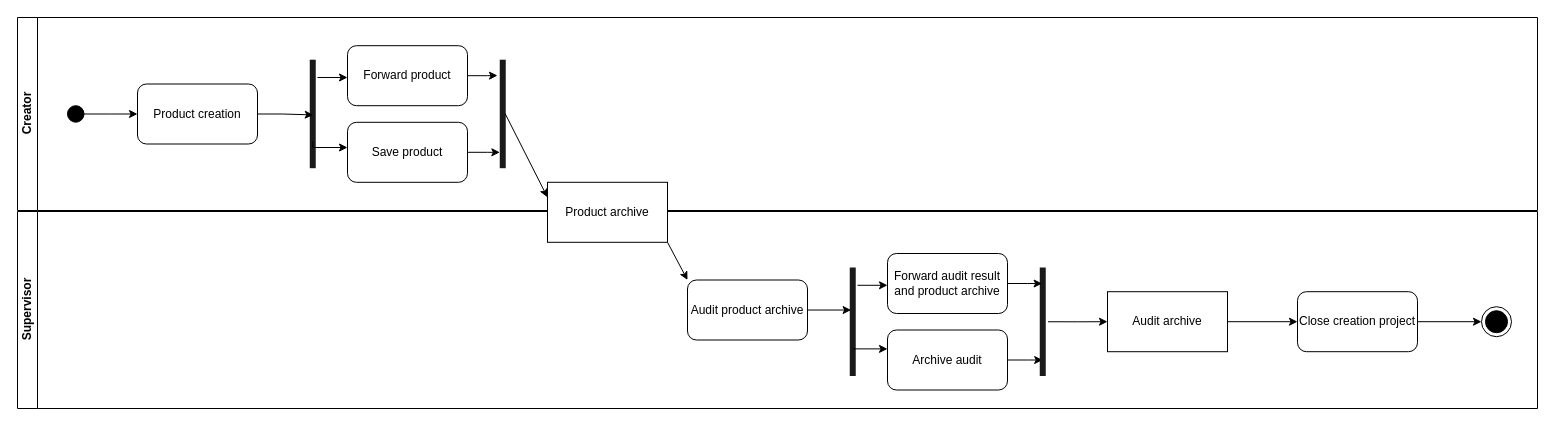
Earlier version of the draw.io diagram Documentation/Activity Diagram/Creation Audit System AD.drawio (Darrenchenn/Model-based-software-design). Source tidied: cells renumbered, new cells numbered last; positions are measured from the earlier drawing's top-left corner, leaving out a move shared by most shapes. Both pictures are drawn from the tidied source at 100%, with x=0, y=0 at pixel (17, 17).
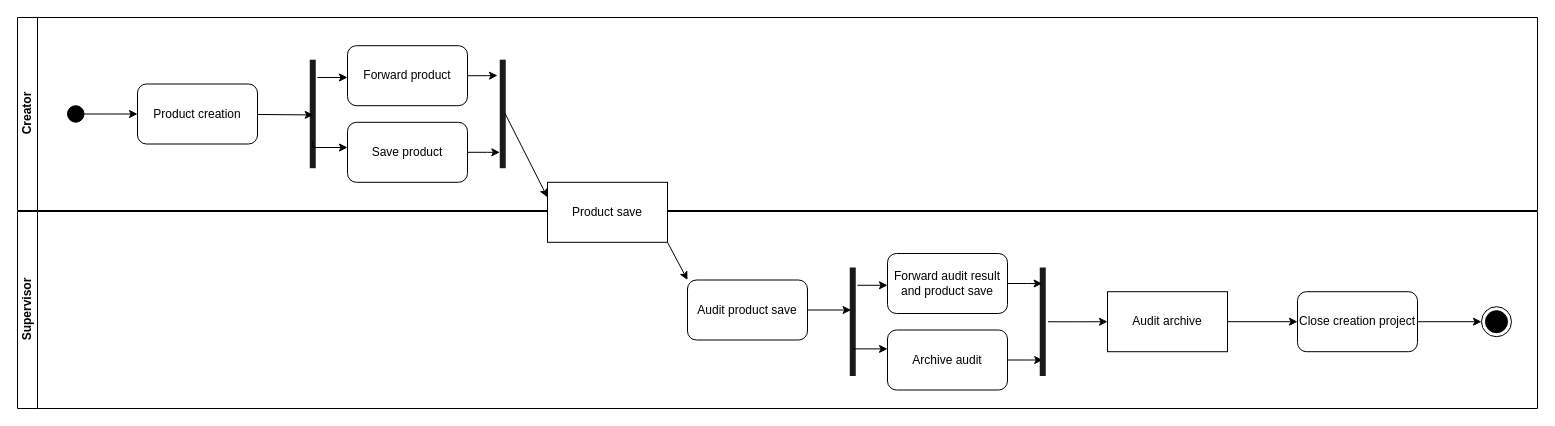
After the change.

Unchanged cells that the change refers to:
```xml
<mxCell id="2" value="Creator" style="swimlane;startSize=20;horizontal=0;html=1;" parent="1" vertex="1">
  <mxGeometry width="1520" height="193" as="geometry" />
</mxCell>
<mxCell id="5" value="Product creation" style="rounded=1;whiteSpace=wrap;html=1;" parent="2" vertex="1">
  <mxGeometry x="120" y="66.5" width="120" height="60" as="geometry" />
</mxCell>
<mxCell id="8" style="shape=line;strokeWidth=6;strokeColor=#1A1A1A;rotation=-180;direction=south;" parent="2" vertex="1">
  <mxGeometry x="290" y="42.2" width="10.5" height="108.5" as="geometry" />
</mxCell>
<mxCell id="15" value="Supervisor" style="swimlane;startSize=20;horizontal=0;html=1;" parent="1" vertex="1">
  <mxGeometry y="194" width="1520" height="197" as="geometry" />
</mxCell>
```

Change to the diagram source:
```diff
@@
-    <mxCell id="9" style="edgeStyle=orthogonalEdgeStyle;rounded=0;jettySize=auto;html=1;entryX=0.491;entryY=0.546;entryDx=0;entryDy=0;entryPerimeter=0;" parent="2" edge="1" source="5" target="8">
+    <mxCell id="9" style="rounded=0;jettySize=auto;html=1;entryX=0.491;entryY=0.546;entryDx=0;entryDy=0;entryPerimeter=0;" parent="2" edge="1" source="5" target="8">
       <mxGeometry relative="1" as="geometry" />
     </mxCell>
@@
-    <mxCell id="16" value="Product archive" style="rounded=0;whiteSpace=wrap;html=1;" parent="15" vertex="1">
+    <mxCell id="16" value="Product save" style="rounded=0;whiteSpace=wrap;html=1;" parent="15" vertex="1">
       <mxGeometry x="530" y="-29.2" width="120" height="60" as="geometry" />
     </mxCell>
-    <mxCell id="17" value="Audit product archive" style="rounded=1;whiteSpace=wrap;html=1;" parent="15" vertex="1">
+    <mxCell id="17" value="Audit product save" style="rounded=1;whiteSpace=wrap;html=1;" parent="15" vertex="1">
       <mxGeometry x="670" y="68.5" width="120" height="60" as="geometry" />
     </mxCell>
@@
-    <mxCell id="21" value="Forward audit result and product archive" style="rounded=1;whiteSpace=wrap;html=1;" parent="15" vertex="1">
+    <mxCell id="21" value="Forward audit result and product save" style="rounded=1;whiteSpace=wrap;html=1;" parent="15" vertex="1">
       <mxGeometry x="870" y="42" width="120" height="60" as="geometry" />
     </mxCell>
```
